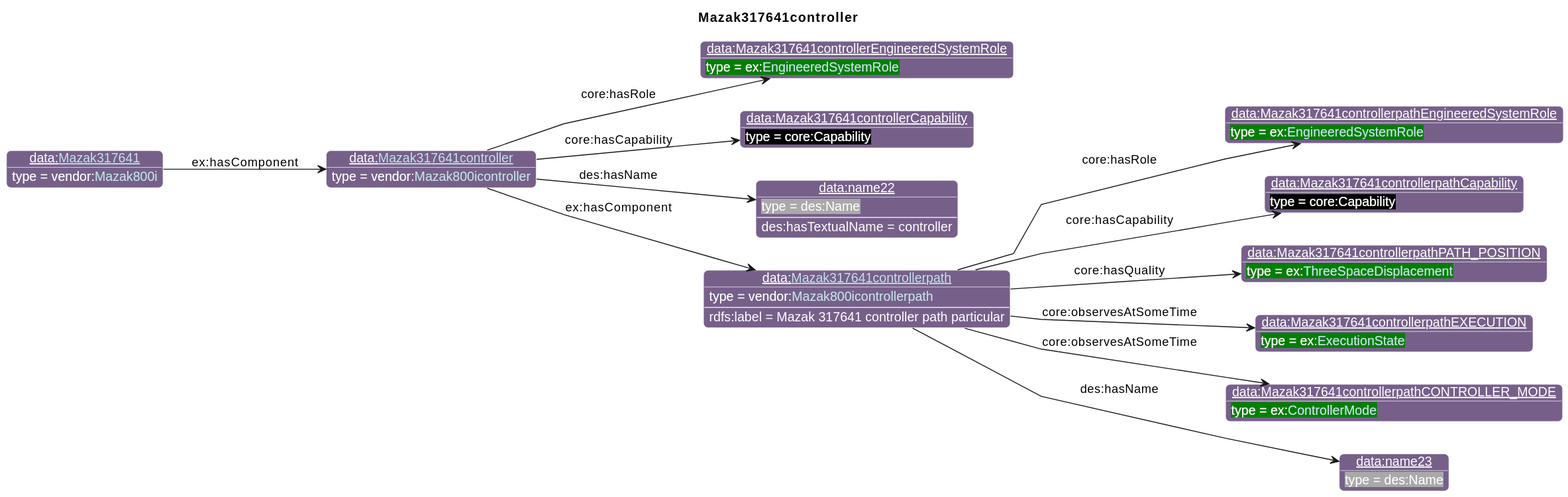
iofoundry/example-syseng-mtconnect keeps this PlantUML diagram as diagrams/Mazak317641controller.svg. Above is the earlier version.
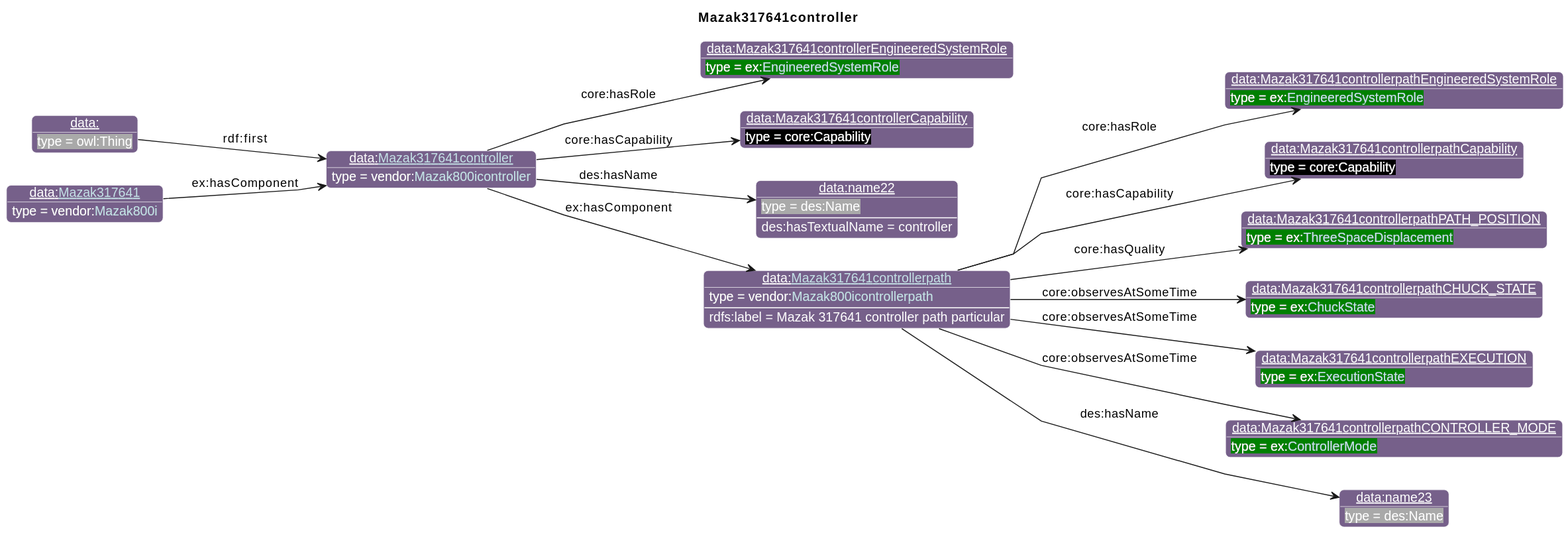
Above is the later version.

Diff of the diagram source:
```diff
@@ -33,10 +33,12 @@
 individual(o5, data:Mazak317641controllerpathEngineeredSystemRole, ex:[[../Example.html#EngineeredSystemRole EngineeredSystemRole]])
 individual(o6, data:Mazak317641controllerpathCapability, core:Capability)
 individual(o7, data:Mazak317641controllerpathPATH_POSITION, ex:[[../Example.html#ThreeSpaceDisplacement ThreeSpaceDisplacement]])
-individual(o8, data:Mazak317641controllerpathEXECUTION, ex:[[../Example.html#ExecutionState ExecutionState]])
-individual(o9, data:Mazak317641controllerpathCONTROLLER_MODE, ex:[[../Example.html#ControllerMode ControllerMode]])
-individual(o10, data:name23, des:Name)
-individual(o11, data:[[./Mazak317641.html Mazak317641]], vendor:[[../Mazak.html#Mazak800i Mazak800i]])
+individual(o8, data:Mazak317641controllerpathCHUCK_STATE, ex:[[../Example.html#ChuckState ChuckState]])
+individual(o9, data:Mazak317641controllerpathEXECUTION, ex:[[../Example.html#ExecutionState ExecutionState]])
+individual(o10, data:Mazak317641controllerpathCONTROLLER_MODE, ex:[[../Example.html#ControllerMode ControllerMode]])
+individual(o11, data:name23, des:Name)
+individual(o12, data:, owl:Thing)
+individual(o13, data:[[./Mazak317641.html Mazak317641]], vendor:[[../Mazak.html#Mazak800i Mazak800i]])
 property(o0, "core:hasRole", o1)
 property(o0, "core:hasCapability", o2)
 property(o0, "des:hasName", o3)
@@ -48,6 +50,8 @@
 property(o4, "core:hasQuality", o7)
 property(o4, "core:observesAtSomeTime", o8)
 property(o4, "core:observesAtSomeTime", o9)
-property(o4, "des:hasName", o10)
-property(o11, "ex:hasComponent", o0)
+property(o4, "core:observesAtSomeTime", o10)
+property(o4, "des:hasName", o11)
+property(o12, "rdf:first", o0)
+property(o13, "ex:hasComponent", o0)
 @enduml
```
